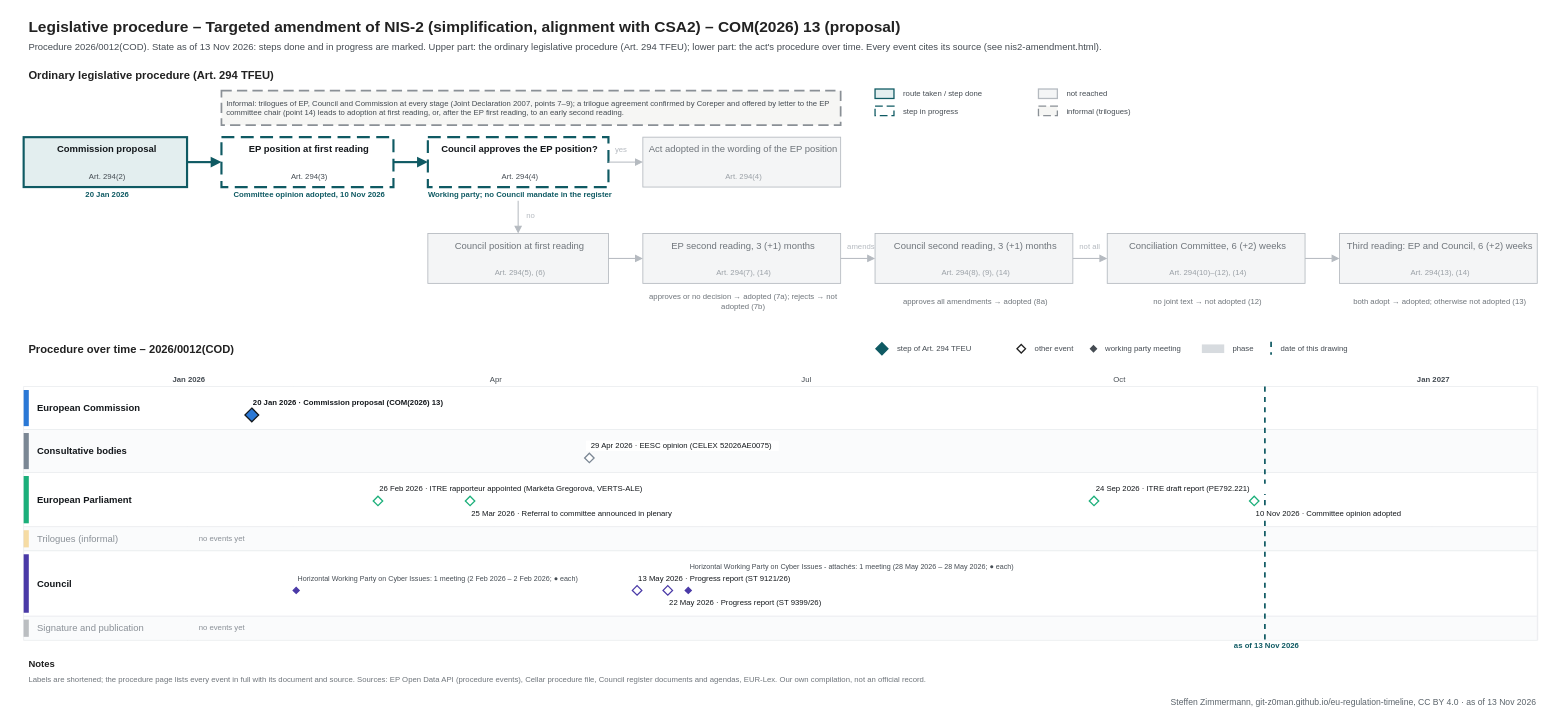
Before: procedures/nis2-amendment.drawio in git-z0man/eu-regulation-timeline, a draw.io diagram. Source tidied: cells renumbered, new cells numbered last; positions are measured from the earlier drawing's top-left corner, leaving out a move shared by most shapes. Both pictures are drawn from the tidied source at 86%, with x=0, y=0 at pixel (15, 15).
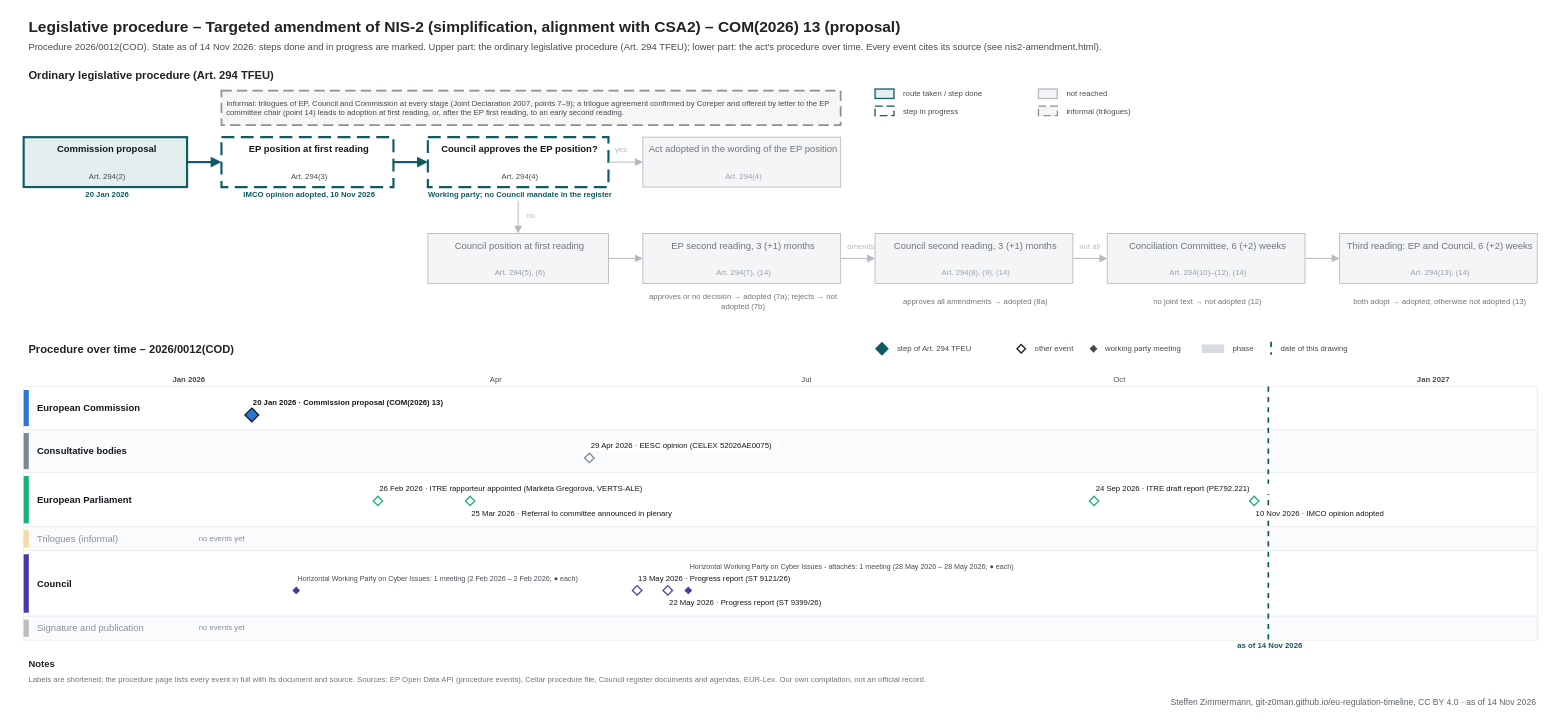
After the change.

The edit, as a diff of the source:
```diff
@@
-    <mxCell id="3" value="Procedure 2026/0012(COD). State as of 13 Nov 2026: steps done and in progress are marked. Upper part: the ordinary legislative procedure (Art. 294 TFEU); lower part: the act's procedure over time. Every event cites its source (see nis2-amendment.html)." style="text;html=1;fontSize=11;fontColor=#454c53;align=left;verticalAlign=middle;spacingLeft=4;" parent="1" vertex="1">
+    <mxCell id="3" value="Procedure 2026/0012(COD). State as of 14 Nov 2026: steps done and in progress are marked. Upper part: the ordinary legislative procedure (Art. 294 TFEU); lower part: the act's procedure over time. Every event cites its source (see nis2-amendment.html)." style="text;html=1;fontSize=11;fontColor=#454c53;align=left;verticalAlign=middle;spacingLeft=4;" parent="1" vertex="1">
       <mxGeometry x="10" y="28" width="1700" height="18" as="geometry" />
     </mxCell>
@@
-    <mxCell id="20" value="Committee opinion adopted, 10 Nov 2026" style="text;html=1;fontSize=9;fontColor=#0f5a63;align=center;verticalAlign=middle;spacingLeft=4;fontStyle=1;" parent="1" vertex="1">
+    <mxCell id="20" value="IMCO opinion adopted, 10 Nov 2026" style="text;html=1;fontSize=9;fontColor=#0f5a63;align=center;verticalAlign=middle;spacingLeft=4;fontStyle=1;" parent="1" vertex="1">
       <mxGeometry x="230" y="202" width="220" height="14" as="geometry" />
     </mxCell>
@@
     <mxCell id="111" style="line;html=1;strokeWidth=2;strokeColor=#0f5a63;direction=south;dashed=1;" parent="1" vertex="1">
-      <mxGeometry x="1452.8" y="432" width="1" height="295" as="geometry" />
+      <mxGeometry x="1456.8" y="432" width="1" height="295" as="geometry" />
     </mxCell>
-    <mxCell id="112" value="as of 13 Nov 2026" style="text;html=1;fontSize=9;fontColor=#0f5a63;align=center;verticalAlign=middle;spacingLeft=4;fontStyle=1;" parent="1" vertex="1">
-      <mxGeometry x="1392.8" y="728" width="120" height="12" as="geometry" />
+    <mxCell id="112" value="as of 14 Nov 2026" style="text;html=1;fontSize=9;fontColor=#0f5a63;align=center;verticalAlign=middle;spacingLeft=4;fontStyle=1;" parent="1" vertex="1">
+      <mxGeometry x="1396.8" y="728" width="120" height="12" as="geometry" />
     </mxCell>
@@
-    <mxCell id="120" value="10 Nov 2026 · Committee opinion adopted" style="text;html=1;fontSize=9;fontColor=#14181c;align=left;verticalAlign=middle;spacingLeft=4;fillColor=#ffffff;" parent="1" vertex="1">
-      <mxGeometry x="1436.9" y="574" width="191.3" height="12" as="geometry" />
+    <mxCell id="120" value="10 Nov 2026 · IMCO opinion adopted" style="text;html=1;fontSize=9;fontColor=#14181c;align=left;verticalAlign=middle;spacingLeft=4;fillColor=#ffffff;" parent="1" vertex="1">
+      <mxGeometry x="1436.9" y="574" width="167.8" height="12" as="geometry" />
     </mxCell>
@@
-    <mxCell id="135" value="Steffen Zimmermann, git-z0man.github.io/eu-regulation-timeline, CC BY 4.0 · as of 13 Nov 2026" style="text;html=1;fontSize=10;fontColor=#5b646b;align=right;verticalAlign=middle;spacingLeft=4;" parent="1" vertex="1">
+    <mxCell id="135" value="Steffen Zimmermann, git-z0man.github.io/eu-regulation-timeline, CC BY 4.0 · as of 14 Nov 2026" style="text;html=1;fontSize=10;fontColor=#5b646b;align=right;verticalAlign=middle;spacingLeft=4;" parent="1" vertex="1">
       <mxGeometry x="10" y="791" width="1760" height="16" as="geometry" />
     </mxCell>
```
